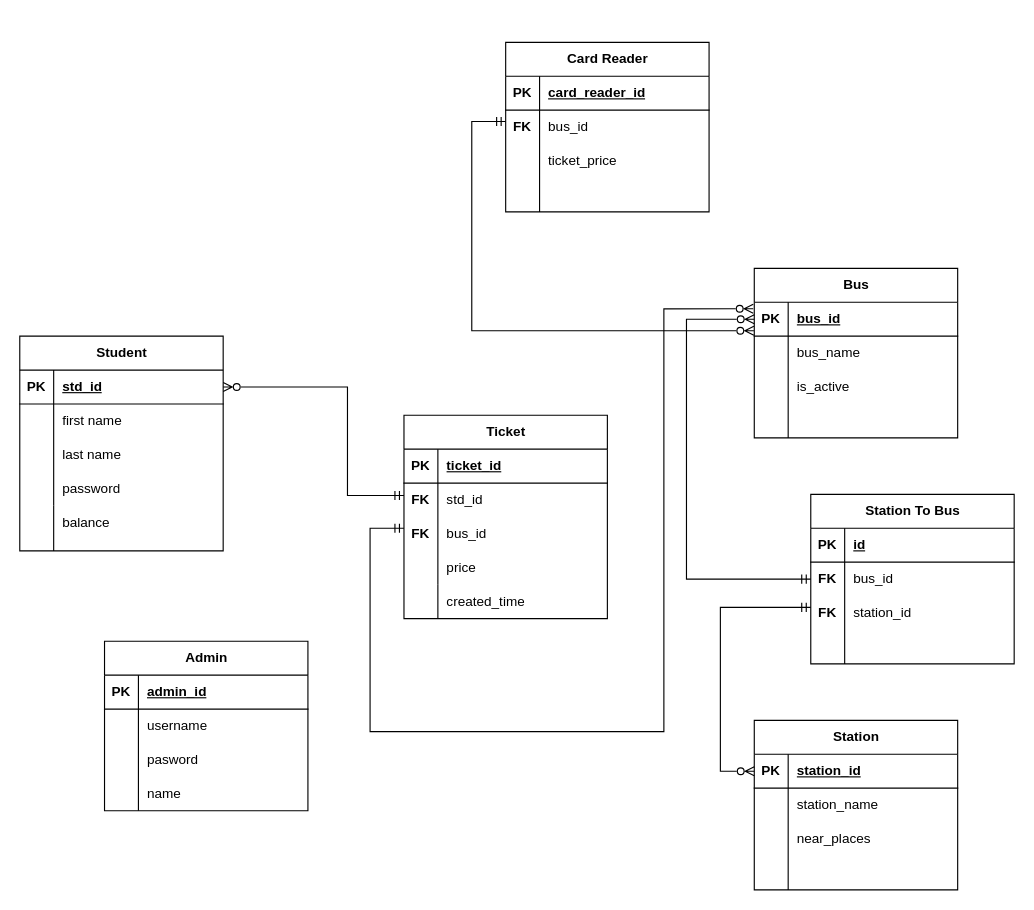
This is entity_diagrams.drawio from srbmm/bus_ticket_server, a draw.io file, before an edit. Source tidied: cells renumbered, new cells numbered last; positions are measured from the earlier drawing's top-left corner, leaving out a move shared by most shapes. Both pictures are drawn from the tidied source at 113%, with x=0, y=0 at pixel (19, 42).
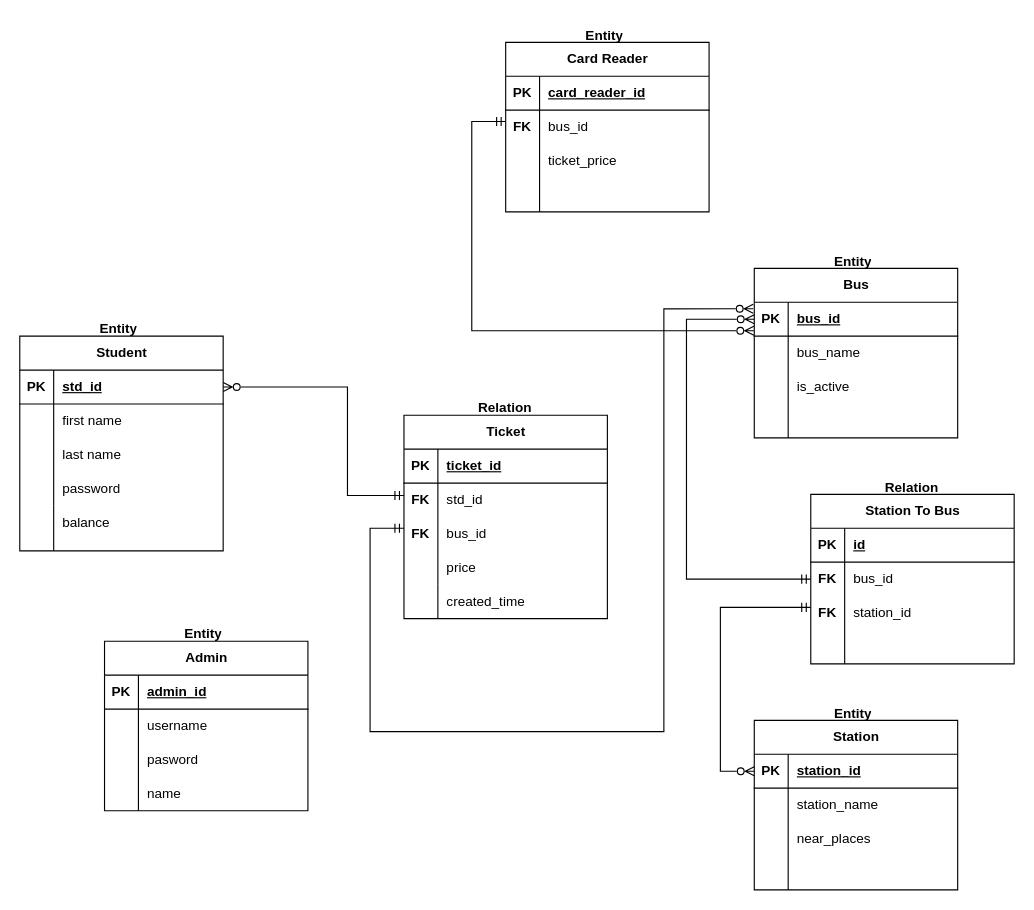
The same diagram, later.

What changed in the source:
```diff
@@
+    <mxCell id="110" value="&lt;b&gt;Entity&lt;/b&gt;" style="text;strokeColor=none;fillColor=none;spacingLeft=4;spacingRight=4;overflow=hidden;fontSize=12;whiteSpace=wrap;html=1;" parent="1" vertex="1">
+      <mxGeometry x="65" y="240" width="50" height="30" as="geometry" />
+    </mxCell>
+    <mxCell id="111" value="&lt;b&gt;Entity&lt;/b&gt;" style="text;strokeColor=none;fillColor=none;spacingLeft=4;spacingRight=4;overflow=hidden;fontSize=12;whiteSpace=wrap;html=1;" parent="1" vertex="1">
+      <mxGeometry x="495" y="-20" width="50" height="30" as="geometry" />
+    </mxCell>
+    <mxCell id="112" value="&lt;b&gt;Entity&lt;/b&gt;" style="text;strokeColor=none;fillColor=none;spacingLeft=4;spacingRight=4;overflow=hidden;fontSize=12;whiteSpace=wrap;html=1;" parent="1" vertex="1">
+      <mxGeometry x="715" y="180" width="50" height="30" as="geometry" />
+    </mxCell>
+    <mxCell id="113" value="&lt;b&gt;Entity&lt;/b&gt;" style="text;strokeColor=none;fillColor=none;spacingLeft=4;spacingRight=4;overflow=hidden;fontSize=12;whiteSpace=wrap;html=1;" parent="1" vertex="1">
+      <mxGeometry x="715" y="580" width="50" height="30" as="geometry" />
+    </mxCell>
+    <mxCell id="114" value="&lt;b&gt;Entity&lt;/b&gt;" style="text;strokeColor=none;fillColor=none;spacingLeft=4;spacingRight=4;overflow=hidden;fontSize=12;whiteSpace=wrap;html=1;" parent="1" vertex="1">
+      <mxGeometry x="140" y="510" width="50" height="30" as="geometry" />
+    </mxCell>
+    <mxCell id="115" value="&lt;b&gt;Relation&lt;/b&gt;" style="text;strokeColor=none;fillColor=none;spacingLeft=4;spacingRight=4;overflow=hidden;fontSize=12;whiteSpace=wrap;html=1;" parent="1" vertex="1">
+      <mxGeometry x="400" y="310" width="60" height="30" as="geometry" />
+    </mxCell>
+    <mxCell id="116" value="&lt;b&gt;Relation&lt;/b&gt;" style="text;strokeColor=none;fillColor=none;spacingLeft=4;spacingRight=4;overflow=hidden;fontSize=12;whiteSpace=wrap;html=1;" parent="1" vertex="1">
+      <mxGeometry x="760" y="380" width="60" height="30" as="geometry" />
+    </mxCell>
```
